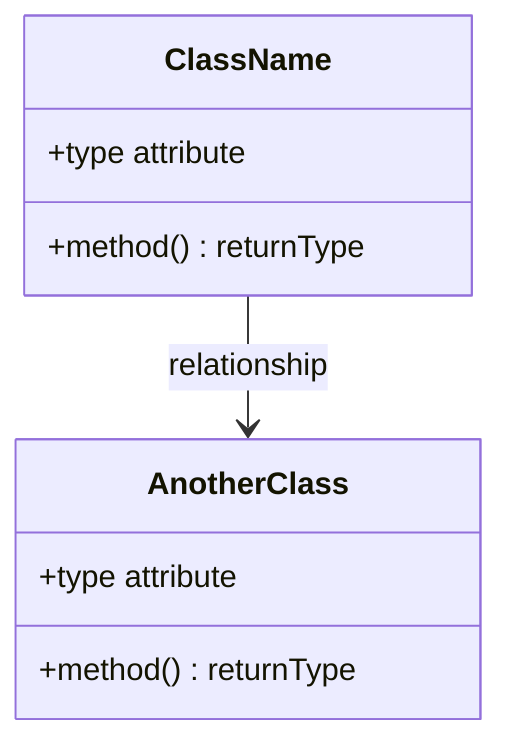
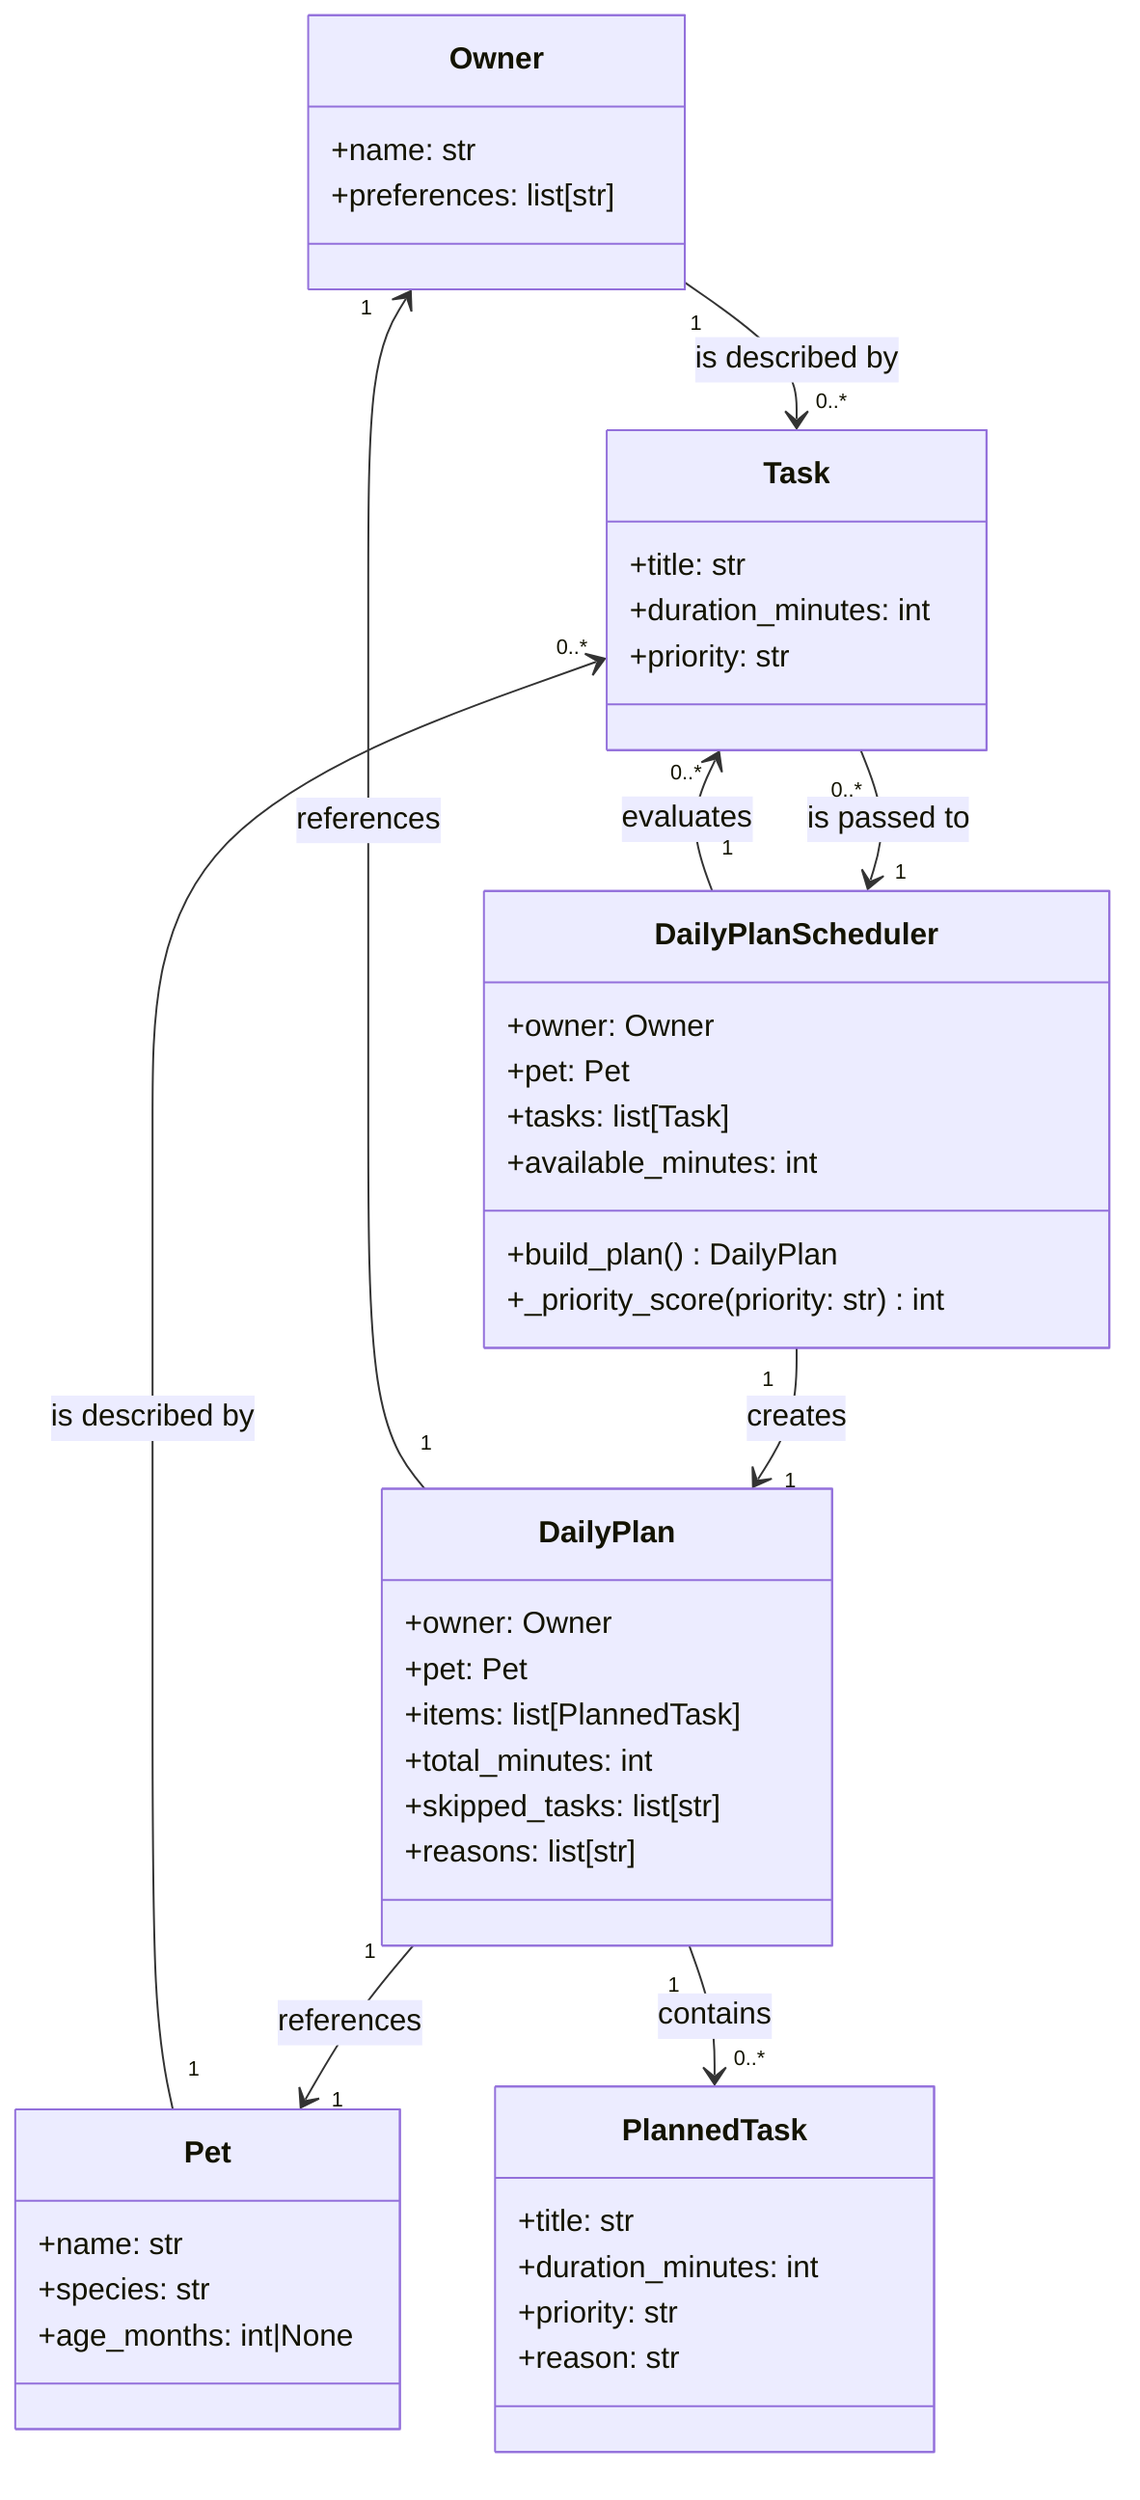
classDiagram
-     %% Replace the placeholders below with your actual classes, attributes, methods, and relationships.
-     %% Keep this file updated so it matches your final implementation.
- 
-     class ClassName {
-         +type attribute
-         +method() returnType
+     class Owner {
+         +name: str
+         +preferences: list[str]
    }

-     class AnotherClass {
-         +type attribute
-         +method() returnType
+     class Pet {
+         +name: str
+         +species: str
+         +age_months: int|None
    }

-     ClassName --> AnotherClass : relationship
+     class Task {
+         +title: str
+         +duration_minutes: int
+         +priority: str
+     }
+ 
+     class PlannedTask {
+         +title: str
+         +duration_minutes: int
+         +priority: str
+         +reason: str
+     }
+ 
+     class DailyPlan {
+         +owner: Owner
+         +pet: Pet
+         +items: list[PlannedTask]
+         +total_minutes: int
+         +skipped_tasks: list[str]
+         +reasons: list[str]
+     }
+ 
+     class DailyPlanScheduler {
+         +owner: Owner
+         +pet: Pet
+         +tasks: list[Task]
+         +available_minutes: int
+         +build_plan() DailyPlan
+         +_priority_score(priority: str) int
+     }
+ 
+     DailyPlan "1" --> "1" Owner : references
+     DailyPlan "1" --> "1" Pet : references
+     DailyPlan "1" --> "0..*" PlannedTask : contains
+     DailyPlanScheduler "1" --> "1" DailyPlan : creates
+     DailyPlanScheduler "1" --> "0..*" Task : evaluates
+     Task "0..*" --> "1" DailyPlanScheduler : is passed to
+     Owner "1" --> "0..*" Task : is described by
+     Pet "1" --> "0..*" Task : is described by
